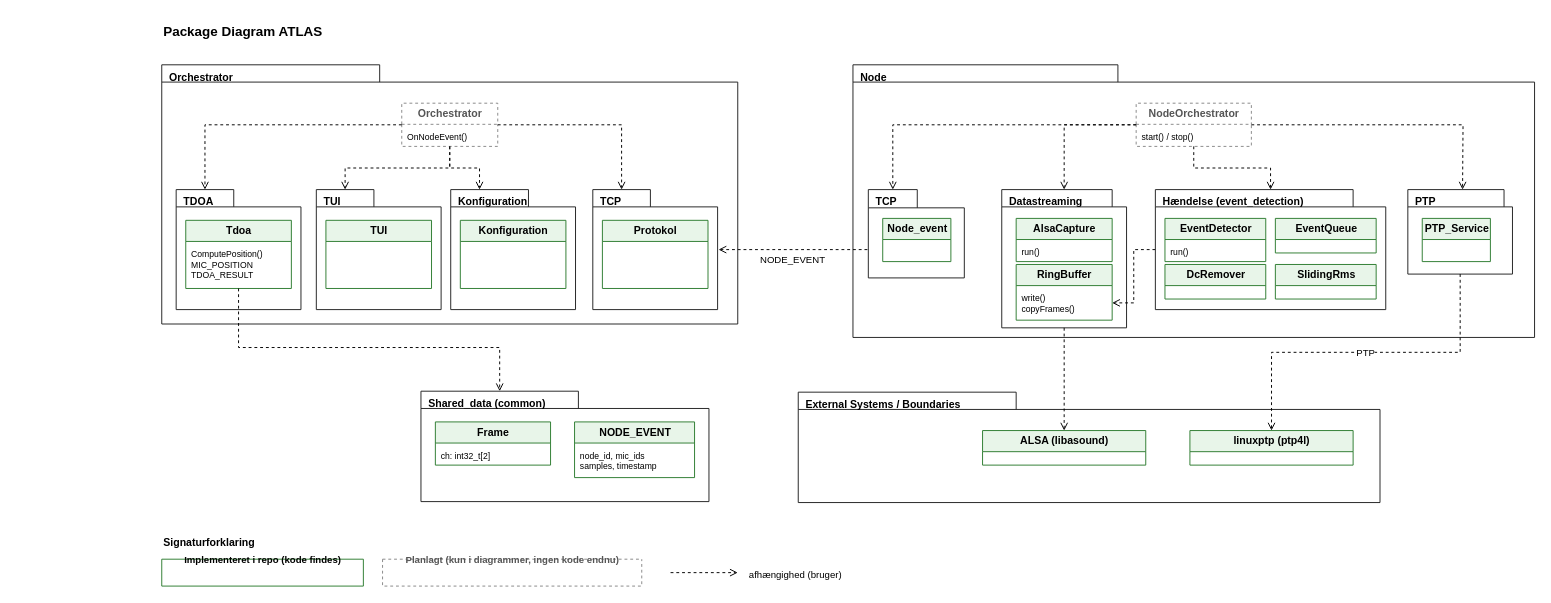
ViktorFoerrisdahl/SW3PRJ3_5 keeps this draw.io diagram as page "Nyt Package Diagram" (1 of 4) of docs/construction/Package diagram.drawio. Above is the earlier version. Source tidied: cells renumbered, new cells numbered last; positions are measured from the earlier drawing's top-left corner, leaving out a move shared by most shapes. Both pictures are drawn from the tidied source at 96%, with x=0, y=0 at pixel (161, 16).
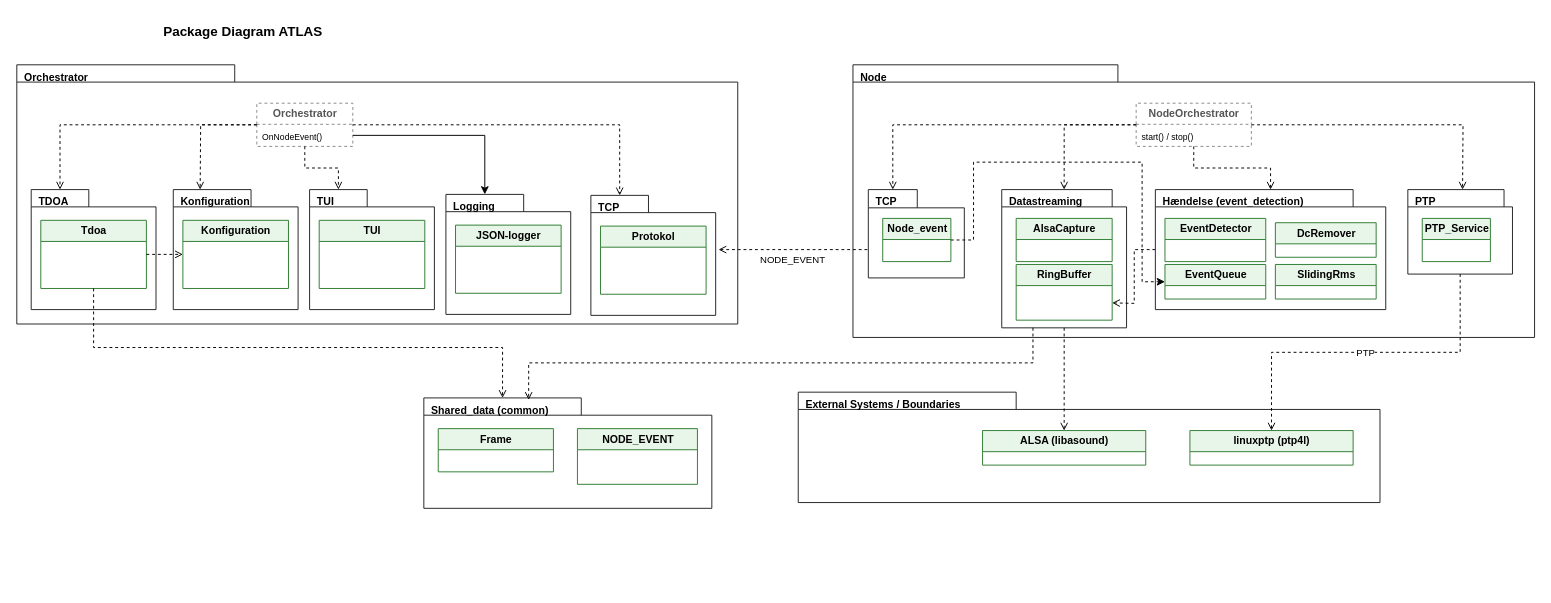
After the change.

The change refers to these unchanged cells:
```xml
<mxCell id="4" value="Orchestrator" style="swimlane;fontStyle=1;startSize=22;horizontal=1;html=1;fontSize=11;fillColor=#FFFFFF;strokeColor=#888888;dashed=1;fontColor=#555555;" parent="3" vertex="1">
  <mxGeometry x="250" y="40" width="100" height="45" as="geometry" />
</mxCell>
<mxCell id="5" value="OnNodeEvent()" style="text;html=1;align=left;verticalAlign=top;fontSize=9;spacingLeft=4;spacingTop=2;whiteSpace=wrap;fillColor=none;strokeColor=none;" parent="4" vertex="1">
  <mxGeometry y="22" width="100" height="23" as="geometry" />
</mxCell>
<mxCell id="7" value="Tdoa" style="swimlane;fontStyle=1;startSize=22;horizontal=1;html=1;fontSize=11;fillColor=#E8F5E9;strokeColor=#2E7D32;" parent="6" vertex="1">
  <mxGeometry x="10" y="32" width="110" height="71" as="geometry" />
</mxCell>
<mxCell id="13" value="Konfiguration" style="swimlane;fontStyle=1;startSize=22;horizontal=1;html=1;fontSize=11;fillColor=#E8F5E9;strokeColor=#2E7D32;" parent="12" vertex="1">
  <mxGeometry x="10" y="32" width="110" height="71" as="geometry" />
</mxCell>
<mxCell id="18" value="Node" style="shape=folder;fontStyle=1;tabWidth=276;tabHeight=18;tabPosition=left;html=1;whiteSpace=wrap;verticalAlign=top;align=left;spacingLeft=6;fontSize=11;fillColor=#FFFFFF;strokeColor=#222222;" parent="1" vertex="1">
  <mxGeometry x="720" y="50" width="710" height="284" as="geometry" />
</mxCell>
<mxCell id="21" value="Datastreaming" style="shape=folder;fontStyle=1;tabWidth=115;tabHeight=18;tabPosition=left;html=1;whiteSpace=wrap;verticalAlign=top;align=left;spacingLeft=6;fontSize=11;fillColor=#FFFFFF;strokeColor=#222222;" parent="18" vertex="1">
  <mxGeometry x="155" y="130" width="130" height="144" as="geometry" />
</mxCell>
<mxCell id="22" value="AlsaCapture" style="swimlane;fontStyle=1;startSize=22;horizontal=1;html=1;fontSize=11;fillColor=#E8F5E9;strokeColor=#2E7D32;" parent="21" vertex="1">
  <mxGeometry x="15" y="30" width="100" height="45" as="geometry" />
</mxCell>
<mxCell id="24" value="RingBuffer" style="swimlane;fontStyle=1;startSize=22;horizontal=1;html=1;fontSize=11;fillColor=#E8F5E9;strokeColor=#2E7D32;" parent="21" vertex="1">
  <mxGeometry x="15" y="78" width="100" height="58" as="geometry" />
</mxCell>
<mxCell id="27" value="Hændelse (event_detection)" style="shape=folder;fontStyle=1;tabWidth=206;tabHeight=18;tabPosition=left;html=1;whiteSpace=wrap;verticalAlign=top;align=left;spacingLeft=6;fontSize=11;fillColor=#FFFFFF;strokeColor=#222222;" parent="18" vertex="1">
  <mxGeometry x="315" y="130" width="240" height="125" as="geometry" />
</mxCell>
<mxCell id="28" value="EventDetector" style="swimlane;fontStyle=1;startSize=22;horizontal=1;html=1;fontSize=11;fillColor=#E8F5E9;strokeColor=#2E7D32;" parent="27" vertex="1">
  <mxGeometry x="10" y="30" width="105" height="45" as="geometry" />
</mxCell>
<mxCell id="34" value="Node_event" style="swimlane;fontStyle=1;startSize=22;horizontal=1;html=1;fontSize=11;fillColor=#E8F5E9;strokeColor=#2E7D32;" parent="33" vertex="1">
  <mxGeometry x="15" y="30" width="71" height="45" as="geometry" />
</mxCell>
<mxCell id="39" value="Frame" style="swimlane;fontStyle=1;startSize=22;horizontal=1;html=1;fontSize=11;fillColor=#E8F5E9;strokeColor=#2E7D32;" parent="38" vertex="1">
  <mxGeometry x="15" y="32" width="120" height="45" as="geometry" />
</mxCell>
<mxCell id="41" value="NODE_EVENT" style="swimlane;fontStyle=1;startSize=22;horizontal=1;html=1;fontSize=11;fillColor=#E8F5E9;strokeColor=#2E7D32;" parent="38" vertex="1">
  <mxGeometry x="160" y="32" width="125" height="58" as="geometry" />
</mxCell>
```

Change to the diagram source:
```diff
@@
     <mxCell id="3" value="Orchestrator" style="shape=folder;fontStyle=1;tabWidth=227;tabHeight=18;tabPosition=left;html=1;whiteSpace=wrap;verticalAlign=top;align=left;spacingLeft=6;fontSize=11;fillColor=#FFFFFF;strokeColor=#222222;" parent="1" vertex="1">
-      <mxGeometry y="50" width="600" height="270" as="geometry" />
+      <mxGeometry x="-151" y="50" width="751" height="270" as="geometry" />
     </mxCell>
@@
-    <mxCell id="8" value="ComputePosition()&lt;br&gt;MIC_POSITION&lt;br&gt;TDOA_RESULT" style="text;html=1;align=left;verticalAlign=top;fontSize=9;spacingLeft=4;spacingTop=2;whiteSpace=wrap;fillColor=none;strokeColor=none;" parent="7" vertex="1">
-      <mxGeometry y="22" width="110" height="49" as="geometry" />
-    </mxCell>
-    <mxCell id="9" value="TUI" style="shape=folder;fontStyle=1;tabWidth=60;tabHeight=18;tabPosition=left;html=1;whiteSpace=wrap;verticalAlign=top;align=left;spacingLeft=6;fontSize=11;fillColor=#FFFFFF;strokeColor=#222222;" parent="3" vertex="1">
-      <mxGeometry x="161" y="130" width="130" height="125" as="geometry" />
-    </mxCell>
-    <mxCell id="10" value="TUI" style="swimlane;fontStyle=1;startSize=22;horizontal=1;html=1;fontSize=11;fillColor=#E8F5E9;strokeColor=#2E7D32;" parent="9" vertex="1">
-      <mxGeometry x="10" y="32" width="110" height="71" as="geometry" />
-    </mxCell>
-    <mxCell id="11" style="edgeStyle=orthogonalEdgeStyle;rounded=0;html=1;fontSize=10;endArrow=open;endFill=0;dashed=1;entryX=0;entryY=0;entryDx=30;entryDy=0;entryPerimeter=0;" parent="3" edge="1" source="4" target="9">
-      <mxGeometry x="-0.3" relative="1" as="geometry" />
+    <mxCell id="11" style="edgeStyle=orthogonalEdgeStyle;rounded=0;html=1;fontSize=10;endArrow=open;endFill=0;dashed=1;entryX=0;entryY=0;entryDx=30;entryDy=0;entryPerimeter=0;" parent="3" edge="1" source="4">
+      <mxGeometry x="-0.3" relative="1" as="geometry">
+        <mxPoint x="191" y="130" as="targetPoint" />
+      </mxGeometry>
     </mxCell>
     <mxCell id="12" value="Konfiguration" style="shape=folder;fontStyle=1;tabWidth=81;tabHeight=18;tabPosition=left;html=1;whiteSpace=wrap;verticalAlign=top;align=left;spacingLeft=6;fontSize=11;fillColor=#FFFFFF;strokeColor=#222222;" parent="3" vertex="1">
-      <mxGeometry x="301" y="130" width="130" height="125" as="geometry" />
+      <mxGeometry x="163" y="130" width="130" height="125" as="geometry" />
     </mxCell>
@@
-    <mxCell id="14" style="edgeStyle=orthogonalEdgeStyle;rounded=0;html=1;fontSize=10;endArrow=open;endFill=0;dashed=1;entryX=0;entryY=0;entryDx=30;entryDy=0;entryPerimeter=0;" parent="3" edge="1" source="4" target="12">
+    <mxCell id="14" style="edgeStyle=orthogonalEdgeStyle;rounded=0;html=1;fontSize=10;endArrow=open;endFill=0;dashed=1;entryX=0;entryY=0;entryDx=30;entryDy=0;entryPerimeter=0;" parent="3" edge="1" source="4" target="9">
       <mxGeometry relative="1" as="geometry" />
     </mxCell>
     <mxCell id="15" value="TCP" style="shape=folder;fontStyle=1;tabWidth=60;tabHeight=18;tabPosition=left;html=1;whiteSpace=wrap;verticalAlign=top;align=left;spacingLeft=6;fontSize=11;fillColor=#FFFFFF;strokeColor=#222222;" parent="3" vertex="1">
-      <mxGeometry x="449" y="130" width="130" height="125" as="geometry" />
+      <mxGeometry x="598" y="136" width="130" height="125" as="geometry" />
     </mxCell>
@@
+    <mxCell id="9" value="TUI" style="shape=folder;fontStyle=1;tabWidth=60;tabHeight=18;tabPosition=left;html=1;whiteSpace=wrap;verticalAlign=top;align=left;spacingLeft=6;fontSize=11;fillColor=#FFFFFF;strokeColor=#222222;" parent="3" vertex="1">
+      <mxGeometry x="305" y="130" width="130" height="125" as="geometry" />
+    </mxCell>
+    <mxCell id="10" value="TUI" style="swimlane;fontStyle=1;startSize=22;horizontal=1;html=1;fontSize=11;fillColor=#E8F5E9;strokeColor=#2E7D32;" parent="9" vertex="1">
+      <mxGeometry x="10" y="32" width="110" height="71" as="geometry" />
+    </mxCell>
+    <mxCell id="59" style="edgeStyle=orthogonalEdgeStyle;rounded=0;jettySize=auto;html=1;exitX=1;exitY=0.5;exitDx=0;exitDy=0;entryX=0;entryY=0.5;entryDx=0;entryDy=0;defaultLabelBackgroundColor=page;labelPadding=0 4;dashed=1;endArrow=open;endFill=0;" parent="3" edge="1" source="7" target="13">
+      <mxGeometry relative="1" as="geometry" />
+    </mxCell>
@@
-    <mxCell id="23" value="run()" style="text;html=1;align=left;verticalAlign=top;fontSize=9;spacingLeft=4;spacingTop=2;whiteSpace=wrap;fillColor=none;strokeColor=none;" parent="22" vertex="1">
-      <mxGeometry y="22" width="100" height="23" as="geometry" />
-    </mxCell>
@@
-    <mxCell id="25" value="write()&lt;br&gt;copyFrames()" style="text;html=1;align=left;verticalAlign=top;fontSize=9;spacingLeft=4;spacingTop=2;whiteSpace=wrap;fillColor=none;strokeColor=none;" parent="24" vertex="1">
-      <mxGeometry y="22" width="100" height="36" as="geometry" />
-    </mxCell>
-    <mxCell id="26" style="edgeStyle=orthogonalEdgeStyle;rounded=0;jettySize=auto;html=1;entryX=1;entryY=0.5;entryDx=0;entryDy=0;defaultLabelBackgroundColor=page;dashed=1;endArrow=open;endFill=0;" parent="18" edge="1" source="27" target="25">
-      <mxGeometry x="-0.01" relative="1" as="geometry" />
+    <mxCell id="26" style="edgeStyle=orthogonalEdgeStyle;rounded=0;jettySize=auto;html=1;entryX=1;entryY=0.5;entryDx=0;entryDy=0;defaultLabelBackgroundColor=page;dashed=1;endArrow=open;endFill=0;" parent="18" edge="1" source="27">
+      <mxGeometry x="-0.01" relative="1" as="geometry">
+        <mxPoint x="270" y="248" as="targetPoint" />
+      </mxGeometry>
     </mxCell>
@@
-    <mxCell id="29" value="run()" style="text;html=1;align=left;verticalAlign=top;fontSize=9;spacingLeft=4;spacingTop=2;whiteSpace=wrap;fillColor=none;strokeColor=none;" parent="28" vertex="1">
-      <mxGeometry y="22" width="105" height="23" as="geometry" />
-    </mxCell>
     <mxCell id="30" value="EventQueue" style="swimlane;fontStyle=1;startSize=22;horizontal=1;html=1;fontSize=11;fillColor=#E8F5E9;strokeColor=#2E7D32;" parent="27" vertex="1">
-      <mxGeometry x="125" y="30" width="105" height="36" as="geometry" />
+      <mxGeometry x="10" y="78" width="105" height="36" as="geometry" />
     </mxCell>
+    <mxCell id="32" value="SlidingRms" style="swimlane;fontStyle=1;startSize=22;horizontal=1;html=1;fontSize=11;fillColor=#E8F5E9;strokeColor=#2E7D32;" parent="27" vertex="1">
+      <mxGeometry x="125" y="78" width="105" height="36" as="geometry" />
+    </mxCell>
     <mxCell id="31" value="DcRemover" style="swimlane;fontStyle=1;startSize=22;horizontal=1;html=1;fontSize=11;fillColor=#E8F5E9;strokeColor=#2E7D32;" parent="27" vertex="1">
-      <mxGeometry x="10" y="78" width="105" height="36" as="geometry" />
+      <mxGeometry x="125" y="34.5" width="105" height="36" as="geometry" />
     </mxCell>
-    <mxCell id="32" value="SlidingRms" style="swimlane;fontStyle=1;startSize=22;horizontal=1;html=1;fontSize=11;fillColor=#E8F5E9;strokeColor=#2E7D32;" parent="27" vertex="1">
-      <mxGeometry x="125" y="78" width="105" height="36" as="geometry" />
-    </mxCell>
@@
+    <mxCell id="60" style="edgeStyle=orthogonalEdgeStyle;rounded=0;jettySize=auto;html=1;exitX=1;exitY=0.5;exitDx=0;exitDy=0;entryX=0;entryY=0.5;entryDx=0;entryDy=0;defaultLabelBackgroundColor=page;labelPadding=0 4;dashed=1;" parent="18" edge="1" source="34" target="30">
+      <mxGeometry x="0.38" relative="1" as="geometry">
+        <Array as="points">
+          <mxPoint x="125.6" y="182.5" />
+          <mxPoint x="125.6" y="101.4" />
+          <mxPoint x="301.2" y="101.4" />
+          <mxPoint x="301.2" y="226" />
+        </Array>
+      </mxGeometry>
+    </mxCell>
     <mxCell id="38" value="Shared_data (common)" style="shape=folder;fontStyle=1;tabWidth=164;tabHeight=18;tabPosition=left;html=1;whiteSpace=wrap;verticalAlign=top;align=left;spacingLeft=6;fontSize=11;fillColor=#FFFFFF;strokeColor=#222222;" parent="1" vertex="1">
-      <mxGeometry x="270" y="390" width="300" height="115" as="geometry" />
+      <mxGeometry x="273" y="397" width="300" height="115" as="geometry" />
     </mxCell>
@@
-    <mxCell id="40" value="ch: int32_t[2]" style="text;html=1;align=left;verticalAlign=top;fontSize=9;spacingLeft=4;spacingTop=2;whiteSpace=wrap;fillColor=none;strokeColor=none;" parent="39" vertex="1">
-      <mxGeometry y="22" width="120" height="23" as="geometry" />
-    </mxCell>
@@
-    <mxCell id="42" value="node_id, mic_ids&lt;br&gt;samples, timestamp" style="text;html=1;align=left;verticalAlign=top;fontSize=9;spacingLeft=4;spacingTop=2;whiteSpace=wrap;fillColor=none;strokeColor=none;" parent="41" vertex="1">
-      <mxGeometry y="22" width="125" height="36" as="geometry" />
-    </mxCell>
@@
-    <mxCell id="53" value="Signaturforklaring" style="text;html=1;align=left;fontStyle=1;fontSize=11;" parent="1" vertex="1">
-      <mxGeometry y="535" width="200" height="20" as="geometry" />
-    </mxCell>
-    <mxCell id="54" value="Implementeret i repo (kode findes)" style="swimlane;startSize=0;html=1;fontSize=10;fillColor=#E8F5E9;strokeColor=#2E7D32;" parent="1" vertex="1">
-      <mxGeometry y="565" width="210" height="28" as="geometry" />
-    </mxCell>
-    <mxCell id="55" value="Planlagt (kun i diagrammer, ingen kode endnu)" style="swimlane;startSize=0;html=1;fontSize=10;fillColor=#FFFFFF;strokeColor=#888888;dashed=1;fontColor=#555555;" parent="1" vertex="1">
-      <mxGeometry x="230" y="565" width="270" height="28" as="geometry" />
-    </mxCell>
-    <mxCell id="56" style="edgeStyle=none;html=1;dashed=1;endArrow=open;endFill=0;" parent="1" edge="1">
-      <mxGeometry relative="1" as="geometry">
-        <mxPoint x="530" y="579" as="sourcePoint" />
-        <mxPoint x="600" y="579" as="targetPoint" />
-      </mxGeometry>
-    </mxCell>
-    <mxCell id="57" value="afhængighed (bruger)" style="text;html=1;align=left;fontSize=10;" parent="1" vertex="1">
-      <mxGeometry x="610" y="569" width="160" height="20" as="geometry" />
-    </mxCell>
     <mxCell id="58" style="edgeStyle=orthogonalEdgeStyle;rounded=0;jettySize=auto;html=1;entryX=0;entryY=0;entryDx=82;entryDy=0;entryPerimeter=0;defaultLabelBackgroundColor=page;dashed=1;endArrow=open;endFill=0;" parent="1" edge="1" source="7" target="38">
-      <mxGeometry relative="1" as="geometry">
+      <mxGeometry x="0.04" relative="1" as="geometry">
         <Array as="points">
-          <mxPoint x="80" y="344.5" />
-          <mxPoint x="352" y="344.5" />
+          <mxPoint x="-71" y="344.5" />
+          <mxPoint x="355" y="344.5" />
         </Array>
       </mxGeometry>
     </mxCell>
+    <mxCell id="61" value="Logging" style="shape=folder;fontStyle=1;tabWidth=81;tabHeight=18;tabPosition=left;html=1;whiteSpace=wrap;verticalAlign=top;align=left;spacingLeft=6;fontSize=11;fillColor=#FFFFFF;strokeColor=#222222;" parent="1" vertex="1">
+      <mxGeometry x="296" y="185" width="130" height="125" as="geometry" />
+    </mxCell>
+    <mxCell id="62" value="JSON-logger" style="swimlane;fontStyle=1;startSize=22;horizontal=1;html=1;fontSize=11;fillColor=#E8F5E9;strokeColor=#2E7D32;" parent="61" vertex="1">
+      <mxGeometry x="10" y="32" width="110" height="71" as="geometry" />
+    </mxCell>
+    <mxCell id="63" style="edgeStyle=orthogonalEdgeStyle;rounded=0;jettySize=auto;html=1;exitX=0.25;exitY=1;exitDx=0;exitDy=0;exitPerimeter=0;entryX=0.364;entryY=0.018;entryDx=0;entryDy=0;entryPerimeter=0;defaultLabelBackgroundColor=page;labelPadding=0 4;dashed=1;endArrow=open;endFill=0;" parent="1" edge="1" source="21" target="38">
+      <mxGeometry relative="1" as="geometry" />
+    </mxCell>
+    <mxCell id="64" style="edgeStyle=orthogonalEdgeStyle;rounded=0;jettySize=auto;html=1;exitX=1;exitY=0.5;exitDx=0;exitDy=0;entryX=0;entryY=0;entryDx=40.5;entryDy=0;entryPerimeter=0;defaultLabelBackgroundColor=page;labelPadding=0 4;" parent="1" edge="1" source="5" target="61">
+      <mxGeometry relative="1" as="geometry" />
+    </mxCell>
```
